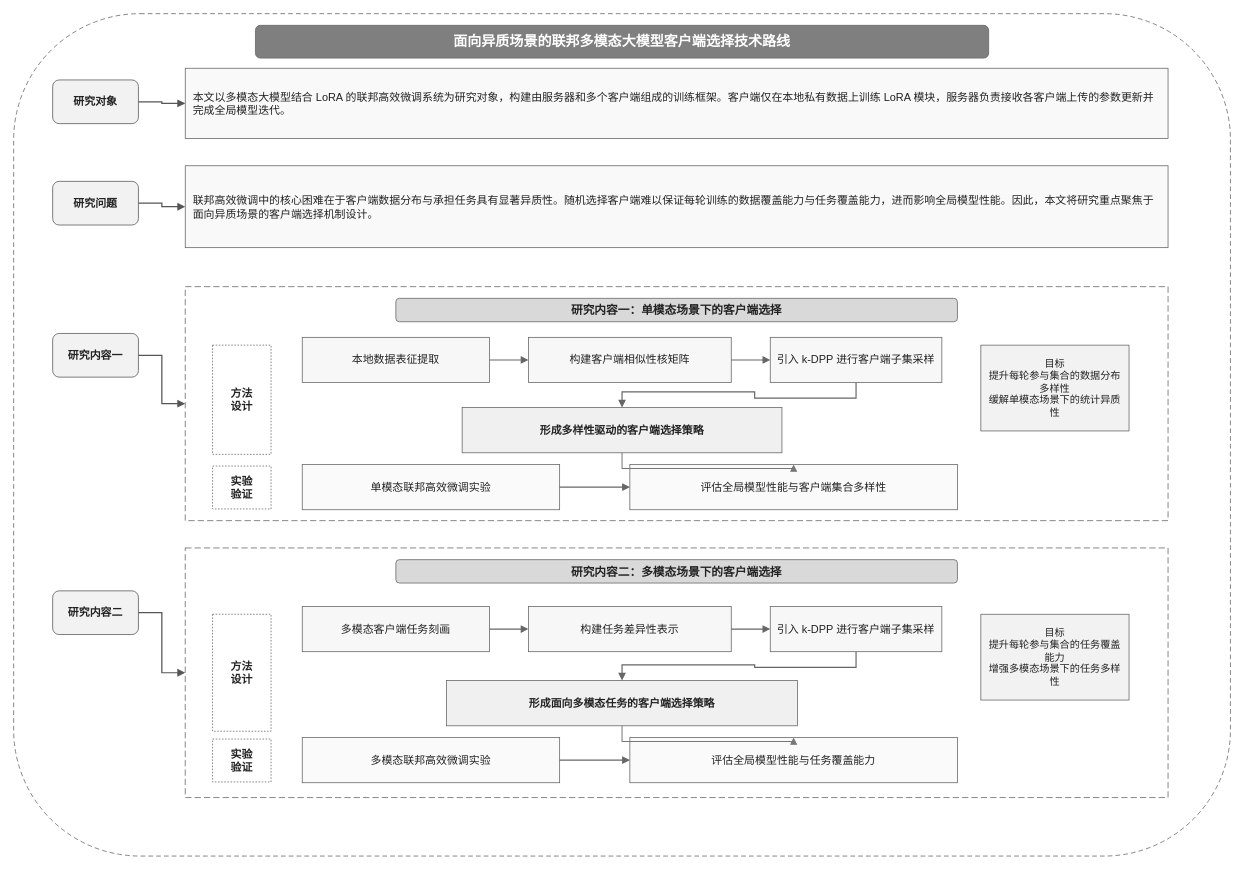
Before: 技术路线图.drawio in ahhBin/myPrivatedrawio, a draw.io diagram. Source tidied: cells renumbered, new cells numbered last; positions are measured from the earlier drawing's top-left corner, leaving out a move shared by most shapes. Both pictures are drawn from the tidied source at 78%, with x=0, y=0 at pixel (13, 13).
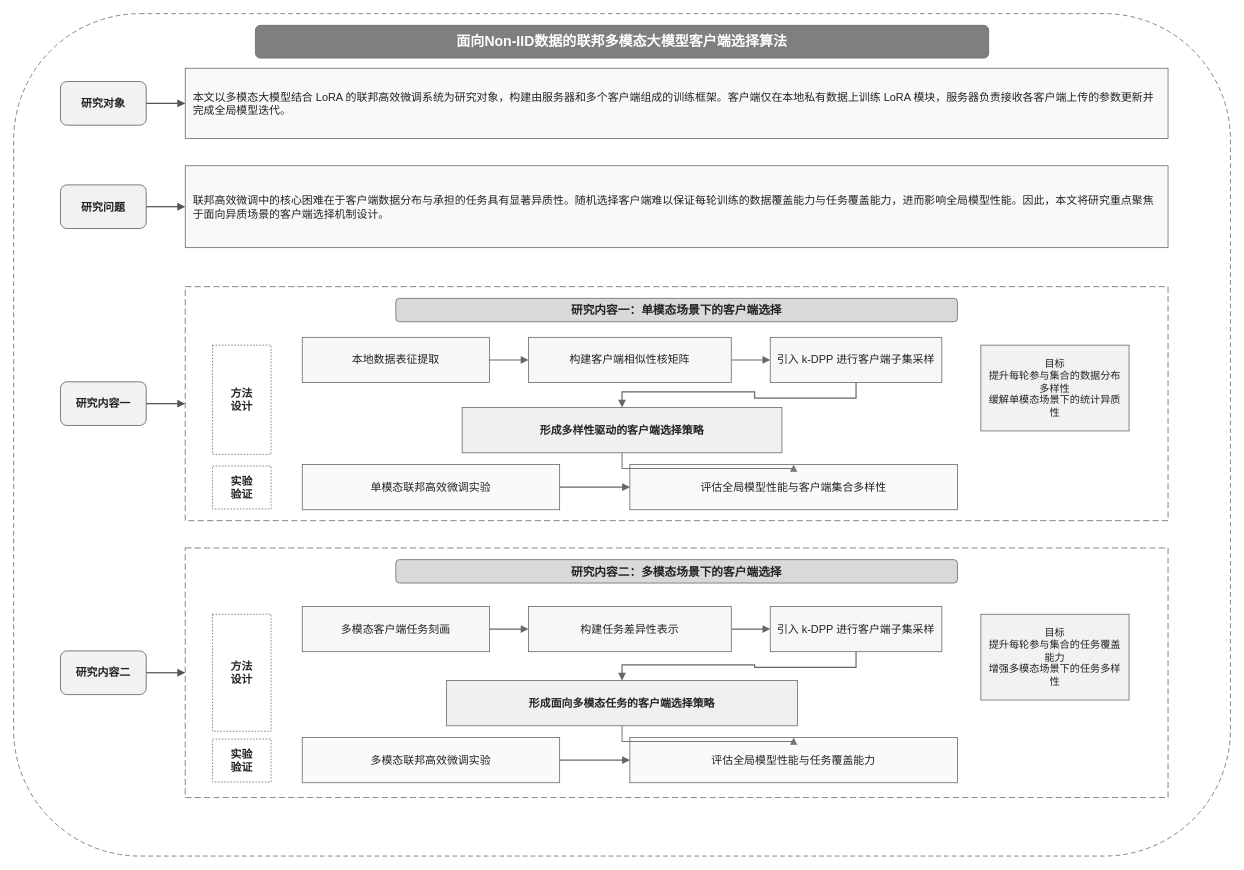
Above is the later version.

Commit message (it also covers changes not shown here):
更新技术路线图.drawio

What changed in the source:
```diff
@@
-    <mxCell id="3" value="面向异质场景的联邦多模态大模型客户端选择技术路线" style="rounded=1;whiteSpace=wrap;html=1;fillColor=#7f7f7f;strokeColor=#666666;fontColor=#ffffff;fontSize=18;fontStyle=1;fontFamily=Microsoft YaHei;align=center;verticalAlign=middle;" parent="1" vertex="1">
+    <mxCell id="3" value="面向Non-IID数据的联邦多模态大模型客户端选择算法" style="rounded=1;whiteSpace=wrap;html=1;fillColor=#7f7f7f;strokeColor=#666666;fontColor=#ffffff;fontSize=18;fontStyle=1;fontFamily=Microsoft YaHei;align=center;verticalAlign=middle;" parent="1" vertex="1">
       <mxGeometry x="310" y="15" width="940" height="42" as="geometry" />
     </mxCell>
     <mxCell id="4" value="研究对象" style="rounded=1;whiteSpace=wrap;html=1;fillColor=#f2f2f2;strokeColor=#595959;fontColor=#222222;fontSize=14;fontStyle=1;fontFamily=Microsoft YaHei;align=center;verticalAlign=middle;" parent="1" vertex="1">
-      <mxGeometry x="50" y="85" width="110" height="56" as="geometry" />
+      <mxGeometry x="60" y="87" width="110" height="56" as="geometry" />
     </mxCell>
     <mxCell id="5" value="研究问题" style="rounded=1;whiteSpace=wrap;html=1;fillColor=#f2f2f2;strokeColor=#595959;fontColor=#222222;fontSize=14;fontStyle=1;fontFamily=Microsoft YaHei;align=center;verticalAlign=middle;" parent="1" vertex="1">
-      <mxGeometry x="50" y="215" width="110" height="56" as="geometry" />
+      <mxGeometry x="60" y="219.5" width="110" height="56" as="geometry" />
     </mxCell>
     <mxCell id="6" value="研究内容一" style="rounded=1;whiteSpace=wrap;html=1;fillColor=#f2f2f2;strokeColor=#595959;fontColor=#222222;fontSize=14;fontStyle=1;fontFamily=Microsoft YaHei;align=center;verticalAlign=middle;" parent="1" vertex="1">
-      <mxGeometry x="50" y="410" width="110" height="56" as="geometry" />
+      <mxGeometry x="60" y="472" width="110" height="56" as="geometry" />
     </mxCell>
     <mxCell id="7" value="研究内容二" style="rounded=1;whiteSpace=wrap;html=1;fillColor=#f2f2f2;strokeColor=#595959;fontColor=#222222;fontSize=14;fontStyle=1;fontFamily=Microsoft YaHei;align=center;verticalAlign=middle;" parent="1" vertex="1">
-      <mxGeometry x="50" y="740" width="110" height="56" as="geometry" />
+      <mxGeometry x="60" y="817" width="110" height="56" as="geometry" />
     </mxCell>
@@
-    <mxCell id="9" value="联邦高效微调中的核心困难在于客户端数据分布与承担任务具有显著异质性。随机选择客户端难以保证每轮训练的数据覆盖能力与任务覆盖能力，进而影响全局模型性能。因此，本文将研究重点聚焦于面向异质场景的客户端选择机制设计。" style="rounded=0;whiteSpace=wrap;html=1;fillColor=#f9f9f9;strokeColor=#666666;fontColor=#222222;fontSize=14;fontFamily=Microsoft YaHei;align=left;verticalAlign=middle;spacing=10;" parent="1" vertex="1">
+    <mxCell id="9" value="联邦高效微调中的核心困难在于客户端数据分布与承担的任务具有显著异质性。随机选择客户端难以保证每轮训练的数据覆盖能力与任务覆盖能力，进而影响全局模型性能。因此，本文将研究重点聚焦于面向异质场景的客户端选择机制设计。" style="rounded=0;whiteSpace=wrap;html=1;fillColor=#f9f9f9;strokeColor=#666666;fontColor=#222222;fontSize=14;fontFamily=Microsoft YaHei;align=left;verticalAlign=middle;spacing=10;" parent="1" vertex="1">
       <mxGeometry x="220" y="195" width="1260" height="105" as="geometry" />
     </mxCell>
```
